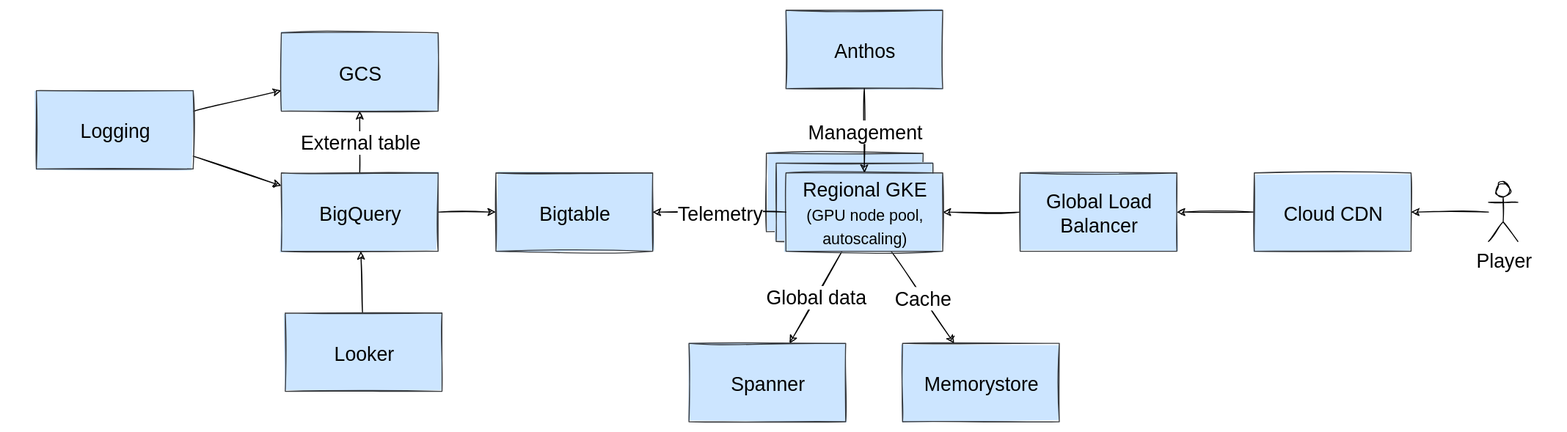
TheRealMattDunn/mattdunn.info keeps this draw.io diagram as content/files/mountkirk_games_design.svg. Above is the earlier version. Source tidied: cells renumbered, new cells last; positions are measured from the earlier drawing's top-left corner, leaving out a move shared by most shapes.
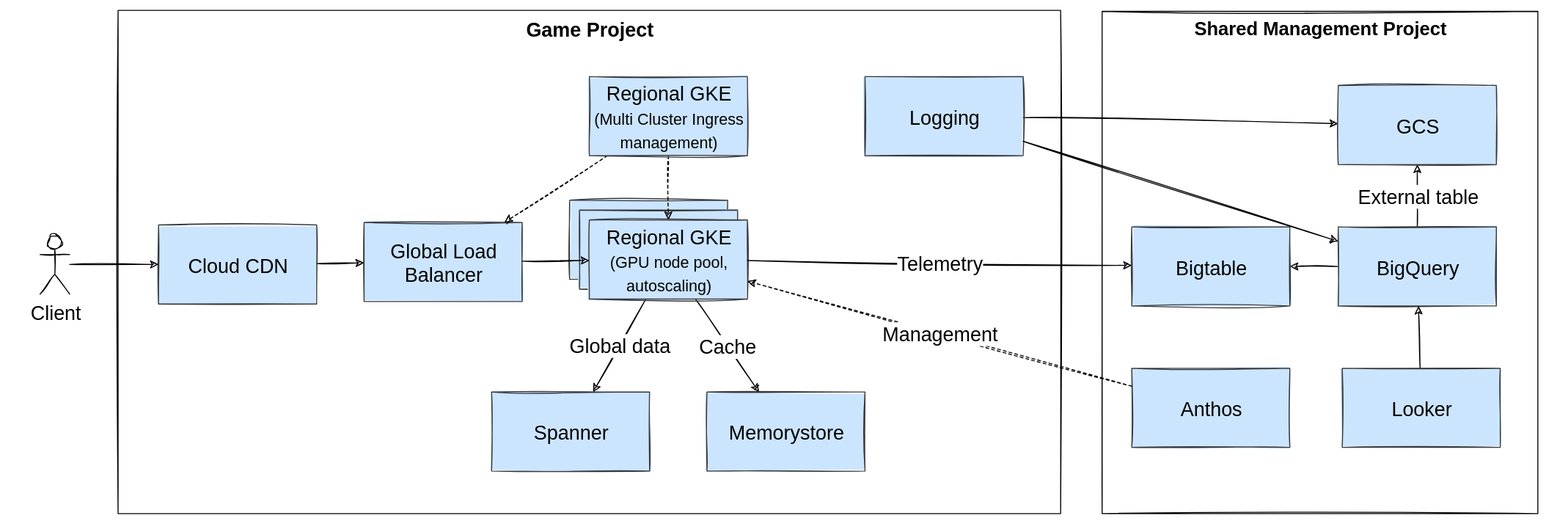
After the commit.

Change to the diagram source:
```diff
@@ -2,17 +2,20 @@
   <root>
     <mxCell id="0" />
     <mxCell id="1" parent="0" />
+    <mxCell id="28" value="Game Project" style="rounded=0;whiteSpace=wrap;html=1;fillColor=none;fontSize=20;verticalAlign=top;fontStyle=1;" parent="1" vertex="1">
+      <mxGeometry x="288" y="-46" width="954" height="509" as="geometry" />
+    </mxCell>
+    <mxCell id="29" value="Shared Management Project" style="rounded=0;whiteSpace=wrap;html=1;fillColor=none;fontSize=19;labelPosition=center;verticalLabelPosition=middle;align=center;verticalAlign=top;fontStyle=1;" parent="1" vertex="1">
+      <mxGeometry x="1284" y="-45" width="441" height="508" as="geometry" />
+    </mxCell>
     <mxCell id="2" value="Regional GKE Clusters&lt;br style=&quot;font-size: 20px&quot;&gt;&lt;font style=&quot;font-size: 16px&quot;&gt;(GPU node pools)&lt;/font&gt;" style="rounded=0;whiteSpace=wrap;html=1;fillColor=#cce5ff;strokeColor=#36393d;fontSize=20;sketch=1;fillStyle=solid;" parent="1" vertex="1">
       <mxGeometry x="745" y="146" width="160" height="80" as="geometry" />
     </mxCell>
     <mxCell id="3" value="Anthos" style="rounded=0;whiteSpace=wrap;html=1;fontSize=20;fillColor=#cce5ff;strokeColor=#36393d;sketch=1;fillStyle=solid;" parent="1" vertex="1">
-      <mxGeometry x="765" width="160" height="80" as="geometry" />
+      <mxGeometry x="1314" y="316" width="160" height="80" as="geometry" />
     </mxCell>
-    <mxCell id="4" style="edgeStyle=none;html=1;fontSize=20;" parent="1" edge="1" source="5" target="13">
-      <mxGeometry relative="1" as="geometry" />
-    </mxCell>
     <mxCell id="5" value="Global Load Balancer" style="rounded=0;whiteSpace=wrap;html=1;fontSize=20;fillColor=#cce5ff;strokeColor=#36393d;sketch=1;fillStyle=solid;" parent="1" vertex="1">
-      <mxGeometry x="1004" y="166" width="160" height="80" as="geometry" />
+      <mxGeometry x="537" y="168.5" width="160" height="80" as="geometry" />
     </mxCell>
     <mxCell id="6" value="Memorystore" style="rounded=0;whiteSpace=wrap;html=1;fillColor=#cce5ff;strokeColor=#36393d;fontSize=20;sketch=1;fillStyle=solid;" parent="1" vertex="1">
       <mxGeometry x="884" y="340" width="160" height="80" as="geometry" />
@@ -24,7 +27,7 @@
       <mxGeometry relative="1" as="geometry" />
     </mxCell>
     <mxCell id="9" value="Cloud CDN" style="rounded=0;whiteSpace=wrap;html=1;fontSize=20;fillColor=#cce5ff;strokeColor=#36393d;sketch=1;fillStyle=solid;" parent="1" vertex="1">
-      <mxGeometry x="1243" y="166" width="160" height="80" as="geometry" />
+      <mxGeometry x="329" y="171" width="160" height="80" as="geometry" />
     </mxCell>
     <mxCell id="10" value="Regional GKE Clusters&lt;br style=&quot;font-size: 20px&quot;&gt;&lt;font style=&quot;font-size: 16px&quot;&gt;(GPU node pools)&lt;/font&gt;" style="rounded=0;whiteSpace=wrap;html=1;fillColor=#cce5ff;strokeColor=#36393d;fontSize=20;sketch=1;fillStyle=solid;" parent="1" vertex="1">
       <mxGeometry x="755" y="156" width="160" height="80" as="geometry" />
@@ -38,20 +41,17 @@
     <mxCell id="13" value="Regional GKE&lt;br style=&quot;font-size: 20px&quot;&gt;&lt;font style=&quot;font-size: 16px&quot;&gt;(GPU node pool,&lt;br&gt;autoscaling)&lt;/font&gt;" style="rounded=0;whiteSpace=wrap;html=1;fillColor=#cce5ff;strokeColor=#36393d;fontSize=20;sketch=1;fillStyle=solid;" parent="1" vertex="1">
       <mxGeometry x="765" y="166" width="160" height="80" as="geometry" />
     </mxCell>
-    <mxCell id="14" value="Management" style="edgeStyle=none;html=1;fontSize=20;" parent="1" edge="1" source="3" target="13">
+    <mxCell id="14" value="Management" style="edgeStyle=none;html=1;fontSize=20;dashed=1;" parent="1" edge="1" source="3" target="13">
       <mxGeometry relative="1" as="geometry" />
     </mxCell>
     <mxCell id="15" style="edgeStyle=none;html=1;fontSize=20;" parent="1" edge="1" source="17" target="18">
       <mxGeometry relative="1" as="geometry" />
     </mxCell>
-    <mxCell id="16" style="edgeStyle=none;html=1;fontSize=20;" parent="1" edge="1" source="17" target="21">
-      <mxGeometry relative="1" as="geometry" />
-    </mxCell>
     <mxCell id="17" value="Logging" style="rounded=0;whiteSpace=wrap;html=1;sketch=1;fontSize=20;fillColor=#cce5ff;gradientDirection=south;fillStyle=solid;strokeColor=#36393d;" parent="1" vertex="1">
-      <mxGeometry y="82" width="160" height="80" as="geometry" />
+      <mxGeometry x="1044" y="21" width="160" height="80" as="geometry" />
     </mxCell>
     <mxCell id="18" value="GCS" style="rounded=0;whiteSpace=wrap;html=1;sketch=1;fontSize=20;fillColor=#cce5ff;gradientDirection=south;fillStyle=solid;strokeColor=#36393d;" parent="1" vertex="1">
-      <mxGeometry x="250" y="23" width="160" height="80" as="geometry" />
+      <mxGeometry x="1523" y="30" width="160" height="80" as="geometry" />
     </mxCell>
     <mxCell id="19" style="edgeStyle=none;html=1;fontSize=20;" parent="1" edge="1" source="21" target="22">
       <mxGeometry relative="1" as="geometry" />
@@ -60,10 +60,10 @@
       <mxGeometry relative="1" as="geometry" />
     </mxCell>
     <mxCell id="21" value="BigQuery" style="rounded=0;whiteSpace=wrap;html=1;sketch=1;fontSize=20;fillColor=#cce5ff;gradientDirection=south;fillStyle=solid;strokeColor=#36393d;" parent="1" vertex="1">
-      <mxGeometry x="250" y="166" width="160" height="80" as="geometry" />
+      <mxGeometry x="1523" y="173" width="160" height="80" as="geometry" />
     </mxCell>
     <mxCell id="22" value="Bigtable" style="rounded=0;whiteSpace=wrap;html=1;fillColor=#cce5ff;strokeColor=#36393d;fontSize=20;sketch=1;fillStyle=solid;" parent="1" vertex="1">
-      <mxGeometry x="469" y="166" width="160" height="80" as="geometry" />
+      <mxGeometry x="1314" y="173" width="160" height="80" as="geometry" />
     </mxCell>
     <mxCell id="23" value="Telemetry" style="edgeStyle=none;html=1;fontSize=20;" parent="1" edge="1" source="13" target="22">
       <mxGeometry relative="1" as="geometry" />
@@ -72,13 +72,28 @@
       <mxGeometry relative="1" as="geometry" />
     </mxCell>
     <mxCell id="25" value="Looker" style="rounded=0;whiteSpace=wrap;html=1;sketch=1;fontSize=20;fillColor=#cce5ff;gradientDirection=south;fillStyle=solid;strokeColor=#36393d;" parent="1" vertex="1">
-      <mxGeometry x="254" y="309" width="160" height="80" as="geometry" />
+      <mxGeometry x="1527" y="316" width="160" height="80" as="geometry" />
     </mxCell>
     <mxCell id="26" style="edgeStyle=none;html=1;fontSize=20;" parent="1" edge="1" source="27" target="9">
       <mxGeometry relative="1" as="geometry" />
     </mxCell>
-    <mxCell id="27" value="Player" style="shape=umlActor;verticalLabelPosition=bottom;verticalAlign=top;html=1;outlineConnect=0;sketch=1;fontSize=20;fillColor=#ffffff;gradientDirection=south;" parent="1" vertex="1">
-      <mxGeometry x="1482" y="176" width="30" height="60" as="geometry" />
+    <mxCell id="27" value="Client" style="shape=umlActor;verticalLabelPosition=bottom;verticalAlign=top;html=1;outlineConnect=0;sketch=1;fontSize=20;fillColor=#ffffff;gradientDirection=south;" parent="1" vertex="1">
+      <mxGeometry x="209" y="181" width="30" height="60" as="geometry" />
     </mxCell>
+    <mxCell id="30" style="edgeStyle=none;html=1;labelBackgroundColor=none;dashed=1;" parent="1" edge="1" source="32" target="5">
+      <mxGeometry relative="1" as="geometry" />
+    </mxCell>
+    <mxCell id="31" style="edgeStyle=none;html=1;dashed=1;labelBackgroundColor=none;" parent="1" edge="1" source="32" target="13">
+      <mxGeometry relative="1" as="geometry" />
+    </mxCell>
+    <mxCell id="32" value="Regional GKE&lt;br&gt;&lt;font style=&quot;font-size: 16px&quot;&gt;(Multi Cluster Ingress management)&lt;/font&gt;" style="rounded=0;whiteSpace=wrap;html=1;fillColor=#cce5ff;strokeColor=#36393d;fontSize=20;sketch=1;fillStyle=solid;" parent="1" vertex="1">
+      <mxGeometry x="765" y="21" width="160" height="80" as="geometry" />
+    </mxCell>
+    <mxCell id="4" style="edgeStyle=none;html=1;fontSize=20;" parent="1" edge="1" source="5" target="13">
+      <mxGeometry relative="1" as="geometry" />
+    </mxCell>
+    <mxCell id="16" style="edgeStyle=none;html=1;fontSize=20;" parent="1" edge="1" source="17" target="21">
+      <mxGeometry relative="1" as="geometry" />
+    </mxCell>
   </root>
 </mxGraphModel>
```
